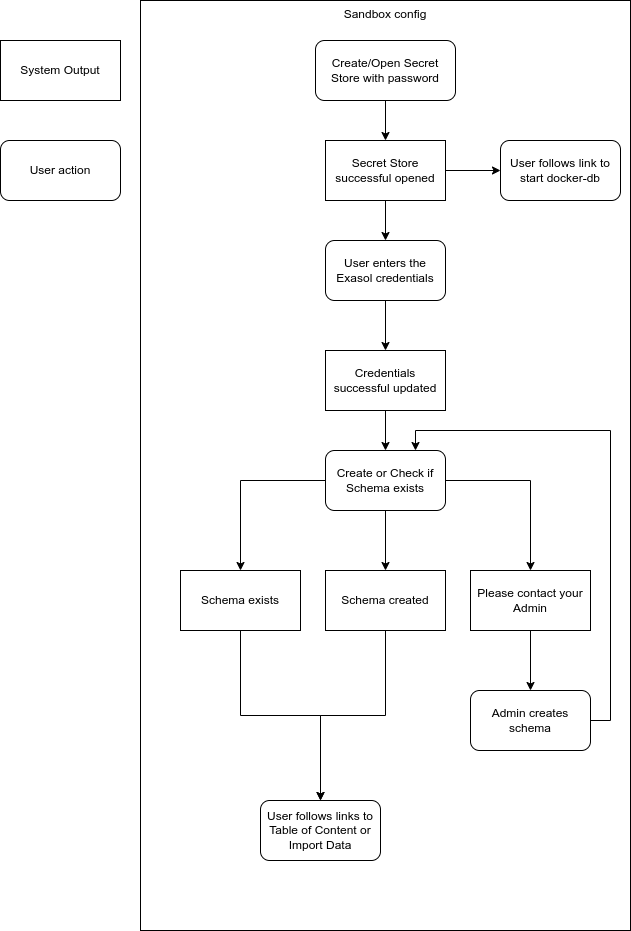
Above: doc/design/user_flow_sandbox_config.drawio.png in exasol/ai-lab (draw.io), before the change. Source tidied: cells renumbered, new cells last; positions are measured from the earlier drawing's top-left corner, leaving out a move shared by most shapes. Its diagram source:
```xml
<mxGraphModel>
  <root>
    <mxCell id="0" />
    <mxCell id="1" parent="0" />
    <mxCell id="2" value="Sandbox config" style="rounded=0;whiteSpace=wrap;html=1;verticalAlign=top;" parent="1" vertex="1">
      <mxGeometry x="140" width="490" height="930" as="geometry" />
    </mxCell>
    <mxCell id="3" style="edgeStyle=orthogonalEdgeStyle;rounded=0;jettySize=auto;html=1;exitX=0.5;exitY=1;exitDx=0;exitDy=0;entryX=0.5;entryY=0;entryDx=0;entryDy=0;" parent="1" edge="1" source="4" target="7">
      <mxGeometry relative="1" as="geometry" />
    </mxCell>
    <mxCell id="4" value="Create/Open Secret Store with password" style="rounded=1;whiteSpace=wrap;html=1;" parent="1" vertex="1">
      <mxGeometry x="315" y="40" width="140" height="60" as="geometry" />
    </mxCell>
    <mxCell id="5" style="edgeStyle=orthogonalEdgeStyle;rounded=0;jettySize=auto;html=1;" parent="1" edge="1" source="7" target="9">
      <mxGeometry relative="1" as="geometry" />
    </mxCell>
    <mxCell id="6" style="edgeStyle=orthogonalEdgeStyle;rounded=0;jettySize=auto;html=1;entryX=0;entryY=0.5;entryDx=0;entryDy=0;" parent="1" edge="1" source="7" target="27">
      <mxGeometry relative="1" as="geometry" />
    </mxCell>
    <mxCell id="7" value="Secret Store successful opened" style="rounded=0;whiteSpace=wrap;html=1;" parent="1" vertex="1">
      <mxGeometry x="325" y="140" width="120" height="60" as="geometry" />
    </mxCell>
    <mxCell id="8" style="edgeStyle=orthogonalEdgeStyle;rounded=0;jettySize=auto;html=1;entryX=0.5;entryY=0;entryDx=0;entryDy=0;" parent="1" edge="1" source="9" target="11">
      <mxGeometry relative="1" as="geometry" />
    </mxCell>
    <mxCell id="9" value="User enters the Exasol credentials" style="rounded=1;whiteSpace=wrap;html=1;" parent="1" vertex="1">
      <mxGeometry x="325" y="240" width="120" height="60" as="geometry" />
    </mxCell>
    <mxCell id="10" style="edgeStyle=orthogonalEdgeStyle;rounded=0;jettySize=auto;html=1;" parent="1" edge="1" source="11" target="15">
      <mxGeometry relative="1" as="geometry" />
    </mxCell>
    <mxCell id="11" value="Credentials successful updated" style="rounded=0;whiteSpace=wrap;html=1;" parent="1" vertex="1">
      <mxGeometry x="325" y="350" width="120" height="60" as="geometry" />
    </mxCell>
    <mxCell id="12" style="edgeStyle=orthogonalEdgeStyle;rounded=0;jettySize=auto;html=1;entryX=0.5;entryY=0;entryDx=0;entryDy=0;exitX=0.5;exitY=1;exitDx=0;exitDy=0;" parent="1" edge="1" source="15" target="21">
      <mxGeometry relative="1" as="geometry" />
    </mxCell>
    <mxCell id="13" style="edgeStyle=orthogonalEdgeStyle;rounded=0;jettySize=auto;html=1;entryX=0.5;entryY=0;entryDx=0;entryDy=0;" parent="1" edge="1" source="15" target="19">
      <mxGeometry relative="1" as="geometry" />
    </mxCell>
    <mxCell id="14" style="edgeStyle=orthogonalEdgeStyle;rounded=0;jettySize=auto;html=1;entryX=0.5;entryY=0;entryDx=0;entryDy=0;" parent="1" edge="1" source="15" target="23">
      <mxGeometry relative="1" as="geometry" />
    </mxCell>
    <mxCell id="15" value="Create or Check if Schema exists" style="rounded=1;whiteSpace=wrap;html=1;" parent="1" vertex="1">
      <mxGeometry x="325" y="450" width="120" height="60" as="geometry" />
    </mxCell>
    <mxCell id="16" value="System Output" style="rounded=0;whiteSpace=wrap;html=1;" parent="1" vertex="1">
      <mxGeometry y="40" width="120" height="60" as="geometry" />
    </mxCell>
    <mxCell id="17" value="User action" style="rounded=1;whiteSpace=wrap;html=1;" parent="1" vertex="1">
      <mxGeometry y="140" width="120" height="60" as="geometry" />
    </mxCell>
    <mxCell id="18" style="edgeStyle=orthogonalEdgeStyle;rounded=0;jettySize=auto;html=1;entryX=0.5;entryY=0;entryDx=0;entryDy=0;exitX=0.5;exitY=1;exitDx=0;exitDy=0;" parent="1" edge="1" source="19" target="26">
      <mxGeometry relative="1" as="geometry" />
    </mxCell>
    <mxCell id="19" value="Schema exists" style="rounded=0;whiteSpace=wrap;html=1;" parent="1" vertex="1">
      <mxGeometry x="180" y="570" width="120" height="60" as="geometry" />
    </mxCell>
    <mxCell id="20" style="edgeStyle=orthogonalEdgeStyle;rounded=0;jettySize=auto;html=1;entryX=0.5;entryY=0;entryDx=0;entryDy=0;" parent="1" edge="1" source="21" target="26">
      <mxGeometry relative="1" as="geometry" />
    </mxCell>
    <mxCell id="21" value="Schema created" style="rounded=0;whiteSpace=wrap;html=1;" parent="1" vertex="1">
      <mxGeometry x="325" y="570" width="120" height="60" as="geometry" />
    </mxCell>
    <mxCell id="22" style="edgeStyle=orthogonalEdgeStyle;rounded=0;jettySize=auto;html=1;entryX=0.5;entryY=0;entryDx=0;entryDy=0;" parent="1" edge="1" source="23" target="25">
      <mxGeometry relative="1" as="geometry" />
    </mxCell>
    <mxCell id="23" value="Please contact your Admin" style="rounded=0;whiteSpace=wrap;html=1;" parent="1" vertex="1">
      <mxGeometry x="470" y="570" width="120" height="60" as="geometry" />
    </mxCell>
    <mxCell id="24" style="edgeStyle=orthogonalEdgeStyle;rounded=0;jettySize=auto;html=1;entryX=0.75;entryY=0;entryDx=0;entryDy=0;exitX=1;exitY=0.5;exitDx=0;exitDy=0;" parent="1" edge="1" source="25" target="15">
      <mxGeometry relative="1" as="geometry" />
    </mxCell>
    <mxCell id="25" value="Admin creates schema" style="rounded=1;whiteSpace=wrap;html=1;" parent="1" vertex="1">
      <mxGeometry x="470" y="690" width="120" height="60" as="geometry" />
    </mxCell>
    <mxCell id="26" value="User follows links to Table of Content or Import Data" style="rounded=1;whiteSpace=wrap;html=1;" parent="1" vertex="1">
      <mxGeometry x="260" y="800" width="120" height="60" as="geometry" />
    </mxCell>
    <mxCell id="27" value="User follows link to start docker-db" style="rounded=1;whiteSpace=wrap;html=1;" parent="1" vertex="1">
      <mxGeometry x="500" y="140" width="120" height="60" as="geometry" />
    </mxCell>
  </root>
</mxGraphModel>
```
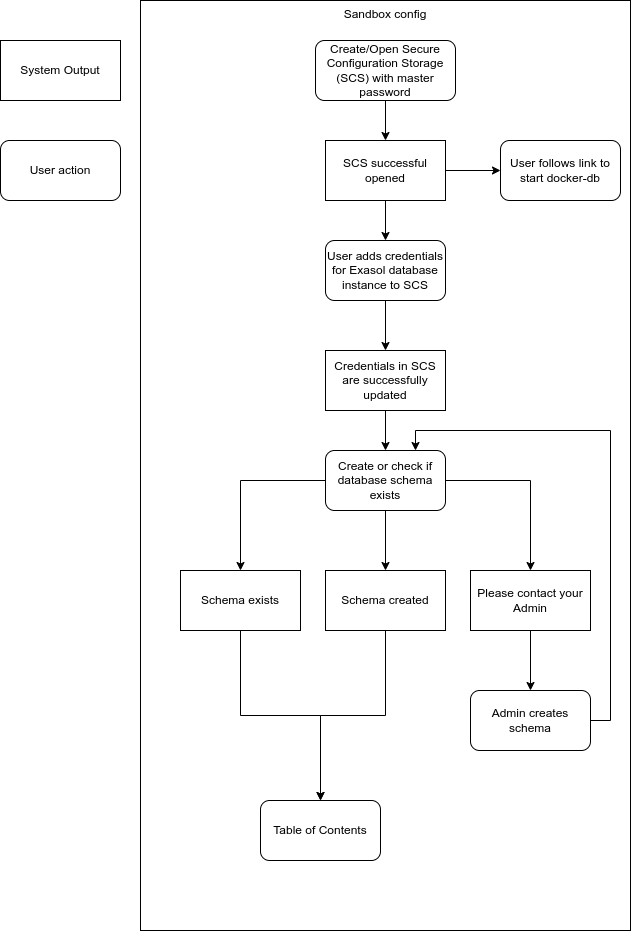
Above is the later version.

Commit message:
Integrate review comments for user flow diagrams

Change to the diagram source:
```diff
@@ -8,7 +8,7 @@
     <mxCell id="3" style="edgeStyle=orthogonalEdgeStyle;rounded=0;jettySize=auto;html=1;exitX=0.5;exitY=1;exitDx=0;exitDy=0;entryX=0.5;entryY=0;entryDx=0;entryDy=0;" parent="1" edge="1" source="4" target="7">
       <mxGeometry relative="1" as="geometry" />
     </mxCell>
-    <mxCell id="4" value="Create/Open Secret Store with password" style="rounded=1;whiteSpace=wrap;html=1;" parent="1" vertex="1">
+    <mxCell id="4" value="Create/Open Secure Configuration Storage (SCS) with master password" style="rounded=1;whiteSpace=wrap;html=1;" parent="1" vertex="1">
       <mxGeometry x="315" y="40" width="140" height="60" as="geometry" />
     </mxCell>
     <mxCell id="5" style="edgeStyle=orthogonalEdgeStyle;rounded=0;jettySize=auto;html=1;" parent="1" edge="1" source="7" target="9">
@@ -17,19 +17,19 @@
     <mxCell id="6" style="edgeStyle=orthogonalEdgeStyle;rounded=0;jettySize=auto;html=1;entryX=0;entryY=0.5;entryDx=0;entryDy=0;" parent="1" edge="1" source="7" target="27">
       <mxGeometry relative="1" as="geometry" />
     </mxCell>
-    <mxCell id="7" value="Secret Store successful opened" style="rounded=0;whiteSpace=wrap;html=1;" parent="1" vertex="1">
+    <mxCell id="7" value="SCS successful opened" style="rounded=0;whiteSpace=wrap;html=1;" parent="1" vertex="1">
       <mxGeometry x="325" y="140" width="120" height="60" as="geometry" />
     </mxCell>
     <mxCell id="8" style="edgeStyle=orthogonalEdgeStyle;rounded=0;jettySize=auto;html=1;entryX=0.5;entryY=0;entryDx=0;entryDy=0;" parent="1" edge="1" source="9" target="11">
       <mxGeometry relative="1" as="geometry" />
     </mxCell>
-    <mxCell id="9" value="User enters the Exasol credentials" style="rounded=1;whiteSpace=wrap;html=1;" parent="1" vertex="1">
+    <mxCell id="9" value="User adds credentials for Exasol database instance to SCS" style="rounded=1;whiteSpace=wrap;html=1;" parent="1" vertex="1">
       <mxGeometry x="325" y="240" width="120" height="60" as="geometry" />
     </mxCell>
     <mxCell id="10" style="edgeStyle=orthogonalEdgeStyle;rounded=0;jettySize=auto;html=1;" parent="1" edge="1" source="11" target="15">
       <mxGeometry relative="1" as="geometry" />
     </mxCell>
-    <mxCell id="11" value="Credentials successful updated" style="rounded=0;whiteSpace=wrap;html=1;" parent="1" vertex="1">
+    <mxCell id="11" value="Credentials in SCS are successfully updated" style="rounded=0;whiteSpace=wrap;html=1;" parent="1" vertex="1">
       <mxGeometry x="325" y="350" width="120" height="60" as="geometry" />
     </mxCell>
     <mxCell id="12" style="edgeStyle=orthogonalEdgeStyle;rounded=0;jettySize=auto;html=1;entryX=0.5;entryY=0;entryDx=0;entryDy=0;exitX=0.5;exitY=1;exitDx=0;exitDy=0;" parent="1" edge="1" source="15" target="21">
@@ -41,7 +41,7 @@
     <mxCell id="14" style="edgeStyle=orthogonalEdgeStyle;rounded=0;jettySize=auto;html=1;entryX=0.5;entryY=0;entryDx=0;entryDy=0;" parent="1" edge="1" source="15" target="23">
       <mxGeometry relative="1" as="geometry" />
     </mxCell>
-    <mxCell id="15" value="Create or Check if Schema exists" style="rounded=1;whiteSpace=wrap;html=1;" parent="1" vertex="1">
+    <mxCell id="15" value="Create or check if database schema exists" style="rounded=1;whiteSpace=wrap;html=1;" parent="1" vertex="1">
       <mxGeometry x="325" y="450" width="120" height="60" as="geometry" />
     </mxCell>
     <mxCell id="16" value="System Output" style="rounded=0;whiteSpace=wrap;html=1;" parent="1" vertex="1">
@@ -74,7 +74,7 @@
     <mxCell id="25" value="Admin creates schema" style="rounded=1;whiteSpace=wrap;html=1;" parent="1" vertex="1">
       <mxGeometry x="470" y="690" width="120" height="60" as="geometry" />
     </mxCell>
-    <mxCell id="26" value="User follows links to Table of Content or Import Data" style="rounded=1;whiteSpace=wrap;html=1;" parent="1" vertex="1">
+    <mxCell id="26" value="Table of Contents" style="rounded=1;whiteSpace=wrap;html=1;" parent="1" vertex="1">
       <mxGeometry x="260" y="800" width="120" height="60" as="geometry" />
     </mxCell>
     <mxCell id="27" value="User follows link to start docker-db" style="rounded=1;whiteSpace=wrap;html=1;" parent="1" vertex="1">
```
